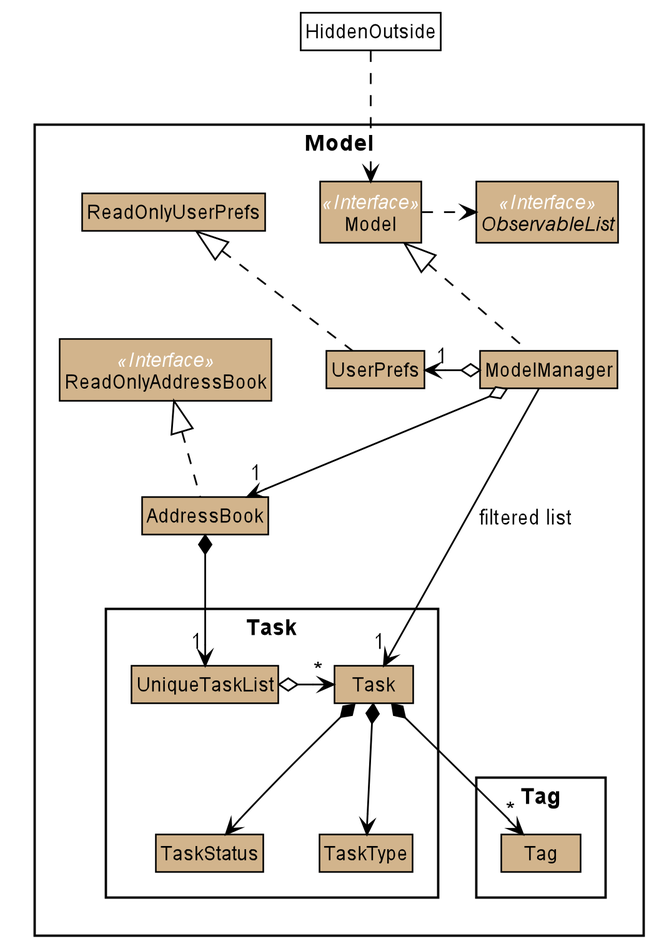
Above: images/ModelClassDiagram.png in AY1920S2-CS2103T-W16-3/main (PlantUML), before the change. The source it was exported from:
```plantuml
@startuml








skinparam BackgroundColor #FFFFFFF

skinparam Shadowing false

skinparam Class {
    FontColor #000000
    BorderThickness 1
    BorderColor #FFFFFF
    StereotypeFontColor #FFFFFF
    FontName Arial
}

skinparam Actor {
    BorderColor #000000
    Color #000000
    FontName Arial
}

skinparam Sequence {
    MessageAlign center
    BoxFontSize 15
    BoxPadding 0
    BoxFontColor #000000
    FontName Arial
}

skinparam Participant {
    FontColor #000000
    Padding 20
}

skinparam MinClassWidth 50
skinparam ParticipantPadding 10
skinparam Shadowing false
skinparam DefaultTextAlignment center
skinparam packageStyle Rectangle

hide footbox
hide members
hide circle
skinparam arrowThickness 1.1
skinparam arrowColor #D2B48C
skinparam classBackgroundColor #D2B48C
skinparam classBorderColor #black
skinparam arrowColor #black



Package Model <<Rectangle>>{
Interface ReadOnlyAddressBook <<Interface>>
Interface Model <<Interface>>
Interface ObservableList <<Interface>>
Class AddressBook
Class ReadOnlyAddressBook
Class Model
Class ModelManager
Class UserPrefs
Class ReadOnlyUserPrefs

Package Task {
Class UniqueTaskList
Class Task
Enum TaskStatus
Enum TaskType
}

Package Tag {
Class Tag
}
}

Class HiddenOutside #FFFFFF
HiddenOutside ..> Model

AddressBook .up.|> ReadOnlyAddressBook

ModelManager .up.|> Model
Model .right.> ObservableList
ModelManager o--> "1" AddressBook
ModelManager o-left-> "1" UserPrefs
UserPrefs .up.|> ReadOnlyUserPrefs

AddressBook *--> "1" UniqueTaskList

UniqueTaskList o-> "*" Task
Task *--> TaskStatus
Task *--> TaskType

Task *--> "*" Tag

ModelManager -->"1" Task : filtered list
@enduml
```
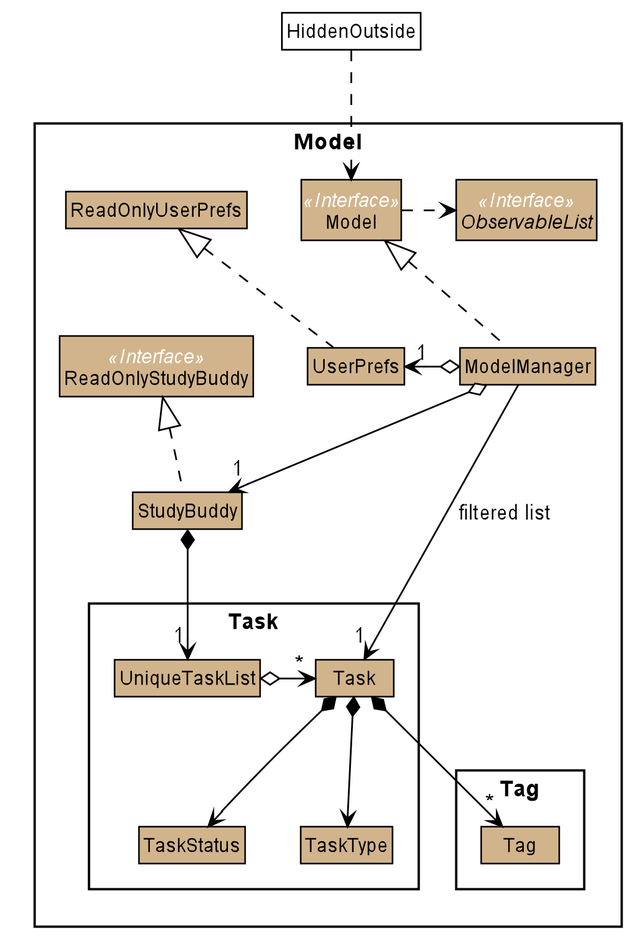
The same file after the commit.

What changed in the source:
```diff
@@ -56,11 +56,11 @@
 
 
 Package Model <<Rectangle>>{
-Interface ReadOnlyAddressBook <<Interface>>
+Interface ReadOnlyStudyBuddy <<Interface>>
 Interface Model <<Interface>>
 Interface ObservableList <<Interface>>
-Class AddressBook
-Class ReadOnlyAddressBook
+Class StudyBuddy
+Class ReadOnlyStudyBuddy
 Class Model
 Class ModelManager
 Class UserPrefs
@@ -81,15 +81,15 @@
 Class HiddenOutside #FFFFFF
 HiddenOutside ..> Model
 
-AddressBook .up.|> ReadOnlyAddressBook
+StudyBuddy .up.|> ReadOnlyStudyBuddy
 
 ModelManager .up.|> Model
 Model .right.> ObservableList
-ModelManager o--> "1" AddressBook
+ModelManager o--> "1" StudyBuddy
 ModelManager o-left-> "1" UserPrefs
 UserPrefs .up.|> ReadOnlyUserPrefs
 
-AddressBook *--> "1" UniqueTaskList
+StudyBuddy *--> "1" UniqueTaskList
 
 UniqueTaskList o-> "*" Task
 Task *--> TaskStatus
```
